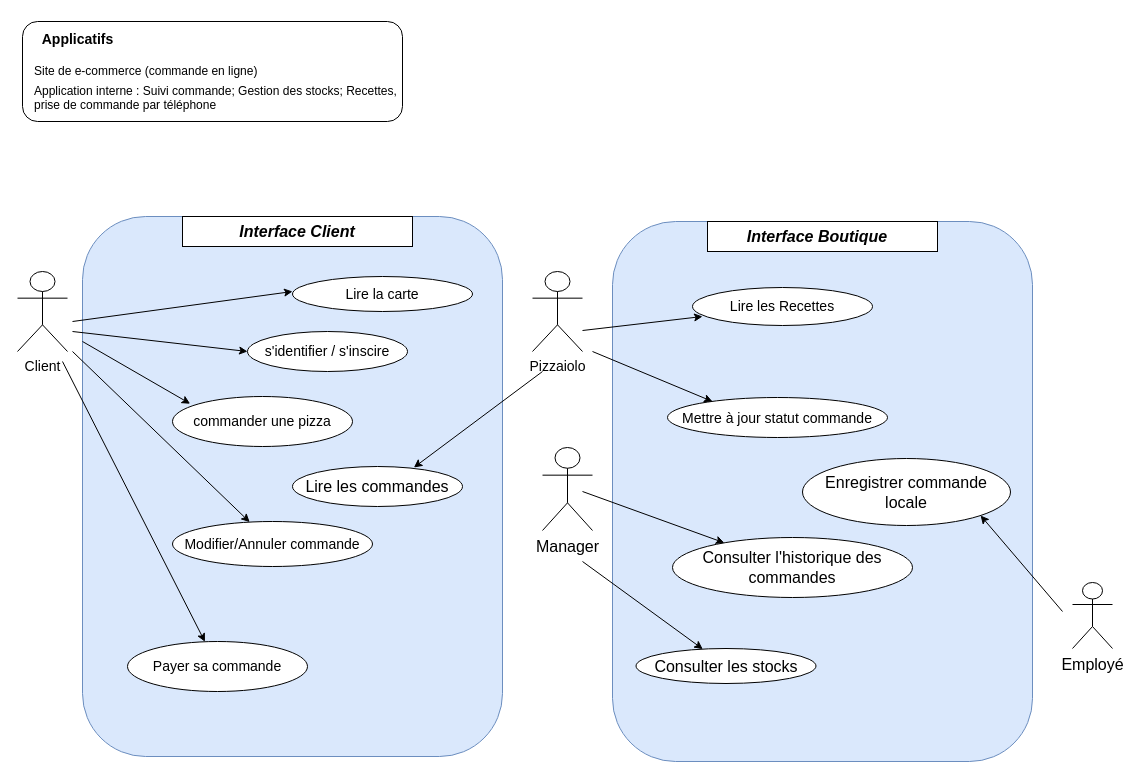
Earlier version of the draw.io diagram page "Page-2" (2 of 3) of P5-UseCase-definotion.drawio (Ketut38/OC-P5-Pizza). Source tidied: cells renumbered, new cells numbered last; positions are measured from the earlier drawing's top-left corner, leaving out a move shared by most shapes. Both pictures are drawn from the tidied source at 100%, with x=0, y=0 at pixel (17, 21).
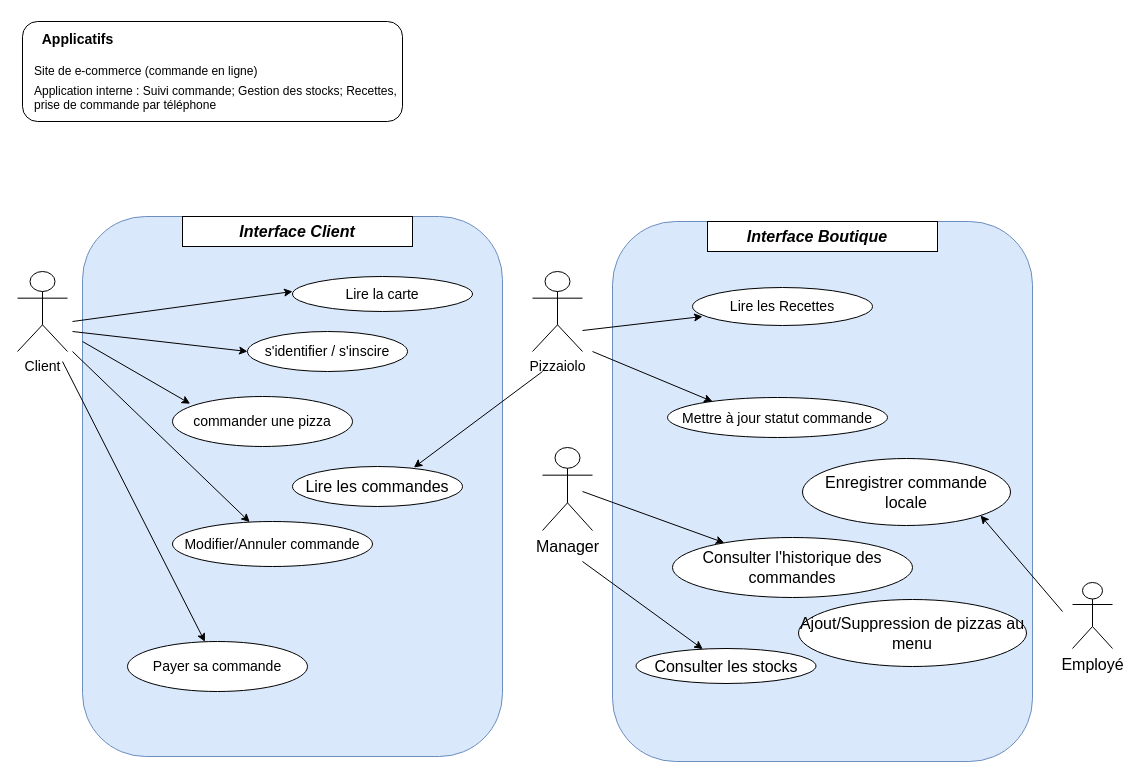
After the change.

Change to the diagram source:
```diff
@@
+    <mxCell id="39" value="Ajout/Suppression de pizzas au menu" style="ellipse;whiteSpace=wrap;html=1;fontSize=16;align=center;" parent="1" vertex="1">
+      <mxGeometry x="781" y="578" width="228" height="67" as="geometry" />
+    </mxCell>
```
